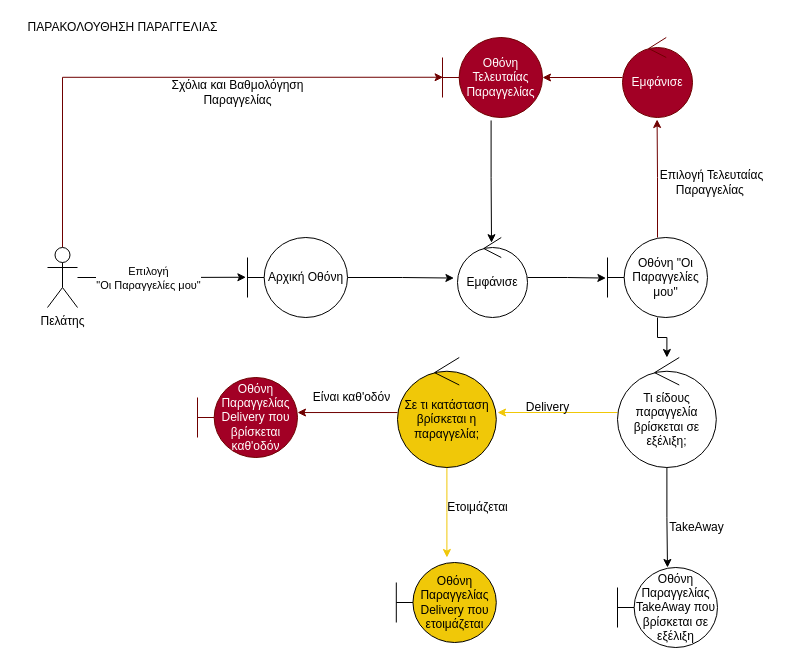
Before: docs/contributions/AthanasiaZ/Writing-Charts/Phase3/Robustness Diagrams/Παρακολούθηση Αποστολής.drawio in iloudaros/nomnomr, a draw.io diagram. Source tidied: cells renumbered, new cells numbered last; positions are measured from the earlier drawing's top-left corner, leaving out a move shared by most shapes. Both pictures are drawn from the tidied source at 100%, with x=0, y=0 at pixel (17, 17).
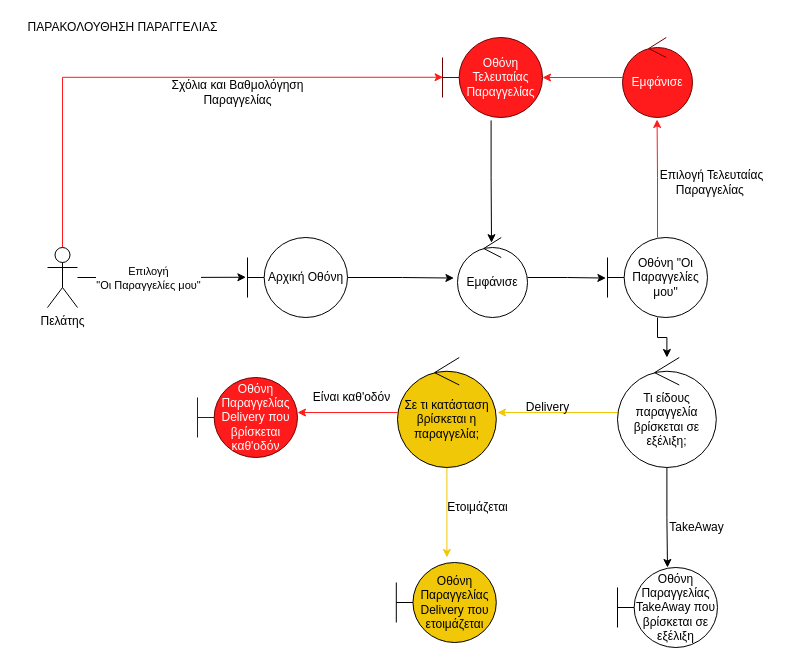
The same diagram, later.

The change refers to these unchanged cells:
```xml
<mxCell id="5" value="Πελάτης" style="shape=umlActor;verticalLabelPosition=bottom;verticalAlign=top;html=1;" parent="1" vertex="1">
  <mxGeometry x="30" y="230" width="30" height="60" as="geometry" />
</mxCell>
<mxCell id="12" value="Οθόνη &quot;Οι Παραγγελίες μου&quot;" style="shape=umlBoundary;whiteSpace=wrap;html=1;" parent="1" vertex="1">
  <mxGeometry x="590" y="220" width="100" height="80" as="geometry" />
</mxCell>
<mxCell id="27" value="Σε τι κατάσταση βρίσκεται η παραγγελία;" style="ellipse;shape=umlControl;whiteSpace=wrap;html=1;fillColor=#F0C808;" parent="1" vertex="1">
  <mxGeometry x="380" y="340" width="98.8" height="110" as="geometry" />
</mxCell>
```

Change to the diagram source:
```diff
@@
-    <mxCell id="4" style="edgeStyle=orthogonalEdgeStyle;rounded=0;jettySize=auto;html=1;entryX=0.006;entryY=0.497;entryDx=0;entryDy=0;entryPerimeter=0;fontColor=#000000;endArrow=classic;endFill=1;strokeColor=#6F0000;fillColor=#a20025;exitX=0.5;exitY=0;exitDx=0;exitDy=0;exitPerimeter=0;" parent="1" edge="1" source="5" target="21">
+    <mxCell id="4" style="edgeStyle=orthogonalEdgeStyle;rounded=0;jettySize=auto;html=1;entryX=0.006;entryY=0.497;entryDx=0;entryDy=0;entryPerimeter=0;fontColor=#000000;endArrow=classic;endFill=1;strokeColor=#FF1B1B;fillColor=#a20025;exitX=0.5;exitY=0;exitDx=0;exitDy=0;exitPerimeter=0;" parent="1" edge="1" source="5" target="21">
       <mxGeometry relative="1" as="geometry">
         <Array as="points">
           <mxPoint x="45" y="60" />
         </Array>
       </mxGeometry>
     </mxCell>
@@
-    <mxCell id="10" style="edgeStyle=orthogonalEdgeStyle;rounded=0;jettySize=auto;html=1;entryX=0.494;entryY=1.025;entryDx=0;entryDy=0;entryPerimeter=0;fillColor=#a20025;strokeColor=#6F0000;" parent="1" edge="1" source="12" target="18">
+    <mxCell id="10" style="edgeStyle=orthogonalEdgeStyle;rounded=0;jettySize=auto;html=1;entryX=0.494;entryY=1.025;entryDx=0;entryDy=0;entryPerimeter=0;fillColor=#a20025;strokeColor=#FF1B1B;" parent="1" edge="1" source="12" target="18">
       <mxGeometry relative="1" as="geometry" />
     </mxCell>
@@
-    <mxCell id="17" style="edgeStyle=orthogonalEdgeStyle;rounded=0;jettySize=auto;html=1;fillColor=#a20025;strokeColor=#6F0000;" parent="1" edge="1" source="18" target="21">
+    <mxCell id="17" style="edgeStyle=orthogonalEdgeStyle;rounded=0;jettySize=auto;html=1;fillColor=#a20025;strokeColor=#FF1B1B;" parent="1" edge="1" source="18" target="21">
       <mxGeometry relative="1" as="geometry" />
     </mxCell>
-    <mxCell id="18" value="Εμφάνισε" style="ellipse;shape=umlControl;whiteSpace=wrap;html=1;fillColor=#a20025;fontColor=#ffffff;strokeColor=#6F0000;" parent="1" vertex="1">
+    <mxCell id="18" value="Εμφάνισε" style="ellipse;shape=umlControl;whiteSpace=wrap;html=1;fillColor=#FF1B1B;fontColor=#ffffff;strokeColor=#6F0000;" parent="1" vertex="1">
       <mxGeometry x="605" y="20" width="70" height="80" as="geometry" />
     </mxCell>
@@
-    <mxCell id="21" value="Οθόνη Τελευταίας Παραγγελίας" style="shape=umlBoundary;whiteSpace=wrap;html=1;fillColor=#a20025;fontColor=#ffffff;strokeColor=#6F0000;" parent="1" vertex="1">
+    <mxCell id="21" value="Οθόνη Τελευταίας Παραγγελίας" style="shape=umlBoundary;whiteSpace=wrap;html=1;fillColor=#FF1B1B;fontColor=#ffffff;strokeColor=#6F0000;" parent="1" vertex="1">
       <mxGeometry x="425" y="20" width="100" height="80" as="geometry" />
     </mxCell>
@@
-    <mxCell id="26" style="edgeStyle=orthogonalEdgeStyle;rounded=0;jettySize=auto;html=1;entryX=1;entryY=0.438;entryDx=0;entryDy=0;entryPerimeter=0;fontColor=#000000;endArrow=classic;endFill=1;strokeColor=#6F0000;fillColor=#a20025;" parent="1" edge="1" source="27" target="31">
+    <mxCell id="26" style="edgeStyle=orthogonalEdgeStyle;rounded=0;jettySize=auto;html=1;entryX=1;entryY=0.438;entryDx=0;entryDy=0;entryPerimeter=0;fontColor=#000000;endArrow=classic;endFill=1;strokeColor=#FF1B1B;fillColor=#a20025;" parent="1" edge="1" source="27" target="31">
       <mxGeometry relative="1" as="geometry" />
     </mxCell>
@@
-    <mxCell id="31" value="Οθόνη Παραγγελίας&lt;br&gt;Delivery που βρίσκεται καθ'οδόν" style="shape=umlBoundary;whiteSpace=wrap;html=1;fillColor=#a20025;fontColor=#ffffff;strokeColor=#6F0000;" parent="1" vertex="1">
+    <mxCell id="31" value="Οθόνη Παραγγελίας&lt;br&gt;Delivery που βρίσκεται καθ'οδόν" style="shape=umlBoundary;whiteSpace=wrap;html=1;fillColor=#FF1B1B;fontColor=#ffffff;strokeColor=#6F0000;" parent="1" vertex="1">
       <mxGeometry x="180" y="360" width="100" height="80" as="geometry" />
     </mxCell>
```
